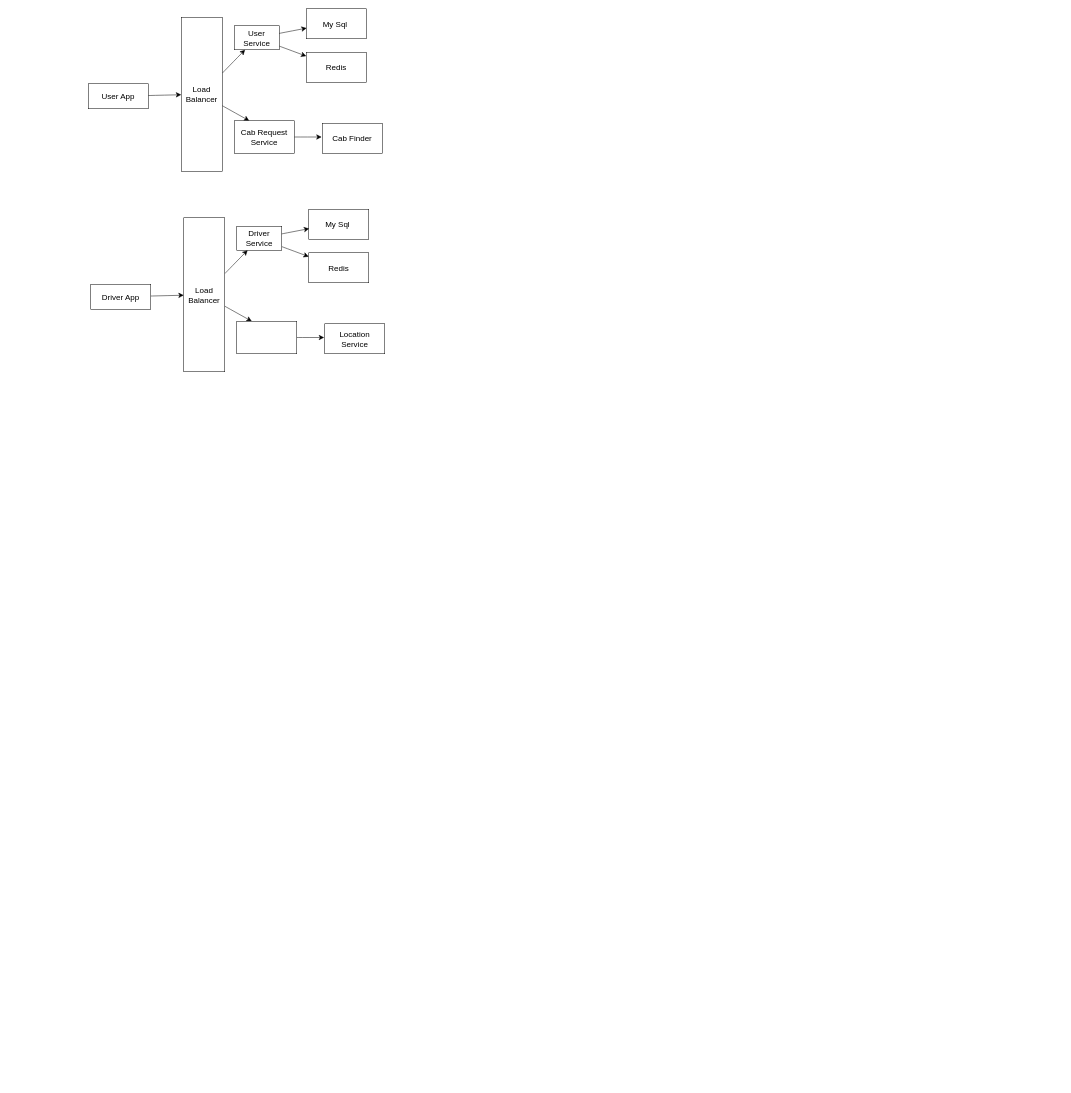
The draw.io diagram page "Uber CodeKarle Design" (4 of 4) of HLDDraw.io/YouTubeHLD.drawio in DMohanty99/HLD, before the edit. Source tidied: cells renumbered, new cells numbered last; positions are measured from the earlier drawing's top-left corner, leaving out a move shared by most shapes. Both pictures are drawn from the tidied source at 50%, with x=0, y=0 at pixel (88, 8).
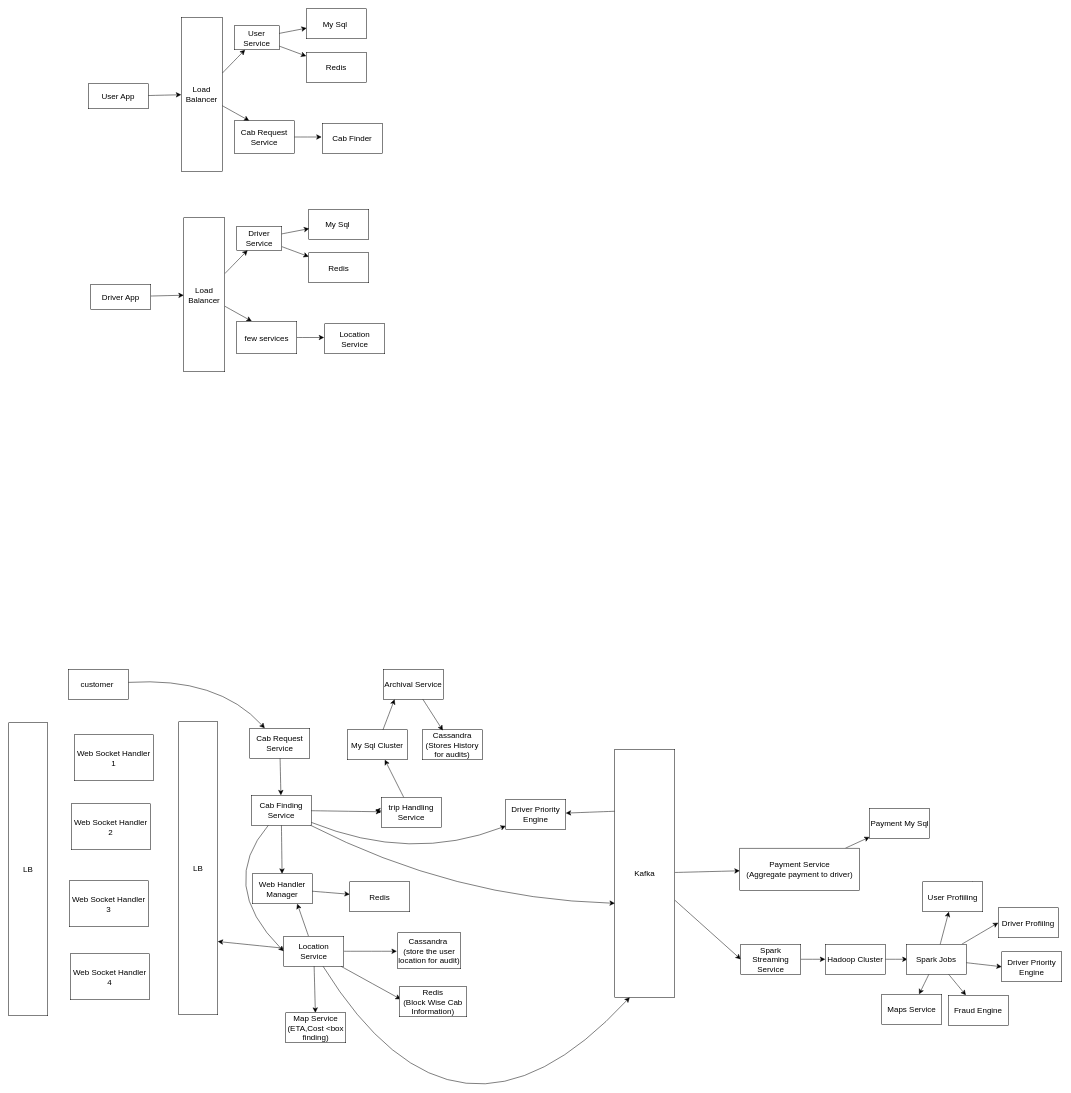
The same page after the edit.

Diff of the diagram source:
```diff
@@
-    <mxCell id="26" style="whiteSpace=wrap;html=1;fontSize=16;" parent="1" vertex="1">
+    <mxCell id="26" value="few services" style="whiteSpace=wrap;html=1;fontSize=16;" parent="1" vertex="1">
       <mxGeometry x="297" y="625" width="120" height="65" as="geometry" />
     </mxCell>
@@
+    <mxCell id="28" style="edgeStyle=none;curved=1;rounded=0;jettySize=auto;html=1;fontSize=12;startSize=8;endSize=8;" parent="1" edge="1" source="37">
+      <mxGeometry relative="1" as="geometry">
+        <mxPoint x="573.8" y="1603" as="targetPoint" />
+      </mxGeometry>
+    </mxCell>
+    <mxCell id="29" style="edgeStyle=none;curved=1;rounded=0;jettySize=auto;html=1;fontSize=12;startSize=8;endSize=8;" parent="1" edge="1" source="32" target="58">
+      <mxGeometry relative="1" as="geometry" />
+    </mxCell>
+    <mxCell id="30" style="edgeStyle=none;curved=1;rounded=0;jettySize=auto;html=1;entryX=0;entryY=0.5;entryDx=0;entryDy=0;fontSize=12;startSize=8;endSize=8;" parent="1" edge="1" source="32" target="49">
+      <mxGeometry relative="1" as="geometry">
+        <Array as="points">
+          <mxPoint x="258" y="1752" />
+        </Array>
+      </mxGeometry>
+    </mxCell>
+    <mxCell id="31" style="edgeStyle=none;curved=1;rounded=0;jettySize=auto;html=1;fontSize=12;startSize=8;endSize=8;" parent="1" edge="1" source="32" target="63">
+      <mxGeometry relative="1" as="geometry">
+        <Array as="points">
+          <mxPoint x="646" y="1708" />
+        </Array>
+      </mxGeometry>
+    </mxCell>
+    <mxCell id="32" value="Cab Finding Service" style="rounded=0;whiteSpace=wrap;html=1;fontSize=16;" parent="1" vertex="1">
+      <mxGeometry x="326" y="1573" width="120" height="60" as="geometry" />
+    </mxCell>
+    <mxCell id="33" style="edgeStyle=none;curved=1;rounded=0;jettySize=auto;html=1;fontSize=12;startSize=8;endSize=8;" parent="1" edge="1" source="34" target="32">
+      <mxGeometry relative="1" as="geometry" />
+    </mxCell>
+    <mxCell id="34" value="Cab Request Service" style="whiteSpace=wrap;html=1;fontSize=16;" parent="1" vertex="1">
+      <mxGeometry x="323" y="1439" width="120" height="60" as="geometry" />
+    </mxCell>
+    <mxCell id="35" style="edgeStyle=none;curved=1;rounded=0;jettySize=auto;html=1;fontSize=12;startSize=8;endSize=8;" parent="1" edge="1" source="32" target="37">
+      <mxGeometry relative="1" as="geometry" />
+    </mxCell>
+    <mxCell id="36" style="edgeStyle=none;curved=1;rounded=0;jettySize=auto;html=1;fontSize=12;startSize=8;endSize=8;" parent="1" edge="1" source="39">
+      <mxGeometry relative="1" as="geometry">
+        <mxPoint x="582.1" y="1501.2" as="targetPoint" />
+      </mxGeometry>
+    </mxCell>
+    <mxCell id="37" value="trip Handling Service" style="whiteSpace=wrap;html=1;fontSize=16;" parent="1" vertex="1">
+      <mxGeometry x="586" y="1577" width="120" height="60" as="geometry" />
+    </mxCell>
+    <mxCell id="38" style="edgeStyle=none;curved=1;rounded=0;jettySize=auto;html=1;fontSize=12;startSize=8;endSize=8;" parent="1" edge="1" source="37" target="39">
+      <mxGeometry relative="1" as="geometry" />
+    </mxCell>
+    <mxCell id="39" value="My Sql Cluster" style="rounded=0;whiteSpace=wrap;html=1;fontSize=16;" parent="1" vertex="1">
+      <mxGeometry x="518" y="1442" width="120" height="60" as="geometry" />
+    </mxCell>
+    <mxCell id="40" value="Cassandra&lt;br&gt;(Stores History for audits)" style="whiteSpace=wrap;html=1;fontSize=16;" parent="1" vertex="1">
+      <mxGeometry x="668" y="1442" width="120" height="60" as="geometry" />
+    </mxCell>
+    <mxCell id="41" value="Archival Service" style="rounded=0;whiteSpace=wrap;html=1;fontSize=16;" parent="1" vertex="1">
+      <mxGeometry x="590" y="1321" width="120" height="60" as="geometry" />
+    </mxCell>
+    <mxCell id="42" style="edgeStyle=none;curved=1;rounded=0;jettySize=auto;html=1;entryX=0.189;entryY=1.003;entryDx=0;entryDy=0;entryPerimeter=0;fontSize=12;startSize=8;endSize=8;" parent="1" edge="1" source="39" target="41">
+      <mxGeometry relative="1" as="geometry" />
+    </mxCell>
+    <mxCell id="43" style="edgeStyle=none;curved=1;rounded=0;jettySize=auto;html=1;entryX=0.343;entryY=0.025;entryDx=0;entryDy=0;entryPerimeter=0;fontSize=12;startSize=8;endSize=8;" parent="1" edge="1" source="41" target="40">
+      <mxGeometry relative="1" as="geometry" />
+    </mxCell>
+    <mxCell id="44" style="edgeStyle=none;curved=1;rounded=0;jettySize=auto;html=1;fontSize=12;startSize=8;endSize=8;" parent="1" edge="1" source="49">
+      <mxGeometry relative="1" as="geometry">
+        <mxPoint x="617.2" y="1885" as="targetPoint" />
+      </mxGeometry>
+    </mxCell>
+    <mxCell id="45" style="edgeStyle=none;curved=1;rounded=0;jettySize=auto;html=1;fontSize=12;startSize=8;endSize=8;" parent="1" edge="1" source="49">
+      <mxGeometry relative="1" as="geometry">
+        <mxPoint x="624.9" y="1981" as="targetPoint" />
+      </mxGeometry>
+    </mxCell>
+    <mxCell id="46" style="edgeStyle=none;curved=1;rounded=0;jettySize=auto;html=1;entryX=0.75;entryY=1;entryDx=0;entryDy=0;fontSize=12;startSize=8;endSize=8;" parent="1" edge="1" source="49" target="58">
+      <mxGeometry relative="1" as="geometry" />
+    </mxCell>
+    <mxCell id="47" style="edgeStyle=none;curved=1;rounded=0;jettySize=auto;html=1;entryX=1;entryY=0.75;entryDx=0;entryDy=0;fontSize=12;startSize=8;endSize=8;" parent="1" edge="1" source="49" target="50">
+      <mxGeometry relative="1" as="geometry" />
+    </mxCell>
+    <mxCell id="48" style="edgeStyle=none;curved=1;rounded=0;jettySize=auto;html=1;entryX=0.25;entryY=1;entryDx=0;entryDy=0;fontSize=12;startSize=8;endSize=8;" parent="1" edge="1" source="49" target="67">
+      <mxGeometry relative="1" as="geometry">
+        <Array as="points">
+          <mxPoint x="738" y="2349" />
+        </Array>
+      </mxGeometry>
+    </mxCell>
+    <mxCell id="49" value="Location Service" style="rounded=0;whiteSpace=wrap;html=1;fontSize=16;" parent="1" vertex="1">
+      <mxGeometry x="391" y="1855" width="120" height="60" as="geometry" />
+    </mxCell>
+    <mxCell id="50" value="LB" style="rounded=0;whiteSpace=wrap;html=1;fontSize=16;" parent="1" vertex="1">
+      <mxGeometry x="181" y="1426" width="78" height="586" as="geometry" />
+    </mxCell>
+    <mxCell id="51" value="LB" style="rounded=0;whiteSpace=wrap;html=1;fontSize=16;" parent="1" vertex="1">
+      <mxGeometry x="-159" y="1428" width="78" height="586" as="geometry" />
+    </mxCell>
+    <mxCell id="52" value="Web Socket Handler 1" style="rounded=0;whiteSpace=wrap;html=1;fontSize=16;" parent="1" vertex="1">
+      <mxGeometry x="-28" y="1452" width="158" height="92" as="geometry" />
+    </mxCell>
+    <mxCell id="53" value="Web Socket Handler 2" style="rounded=0;whiteSpace=wrap;html=1;fontSize=16;" parent="1" vertex="1">
+      <mxGeometry x="-34" y="1590" width="158" height="92" as="geometry" />
+    </mxCell>
+    <mxCell id="54" value="Web Socket Handler 3" style="rounded=0;whiteSpace=wrap;html=1;fontSize=16;" parent="1" vertex="1">
+      <mxGeometry x="-38" y="1744" width="158" height="92" as="geometry" />
+    </mxCell>
+    <mxCell id="55" value="Web Socket Handler 4" style="rounded=0;whiteSpace=wrap;html=1;fontSize=16;" parent="1" vertex="1">
+      <mxGeometry x="-36" y="1890" width="158" height="92" as="geometry" />
+    </mxCell>
+    <mxCell id="56" style="edgeStyle=none;curved=1;rounded=0;jettySize=auto;html=1;fontSize=12;startSize=8;endSize=8;" parent="1" edge="1" source="49" target="57">
+      <mxGeometry relative="1" as="geometry" />
+    </mxCell>
+    <mxCell id="57" value="Map Service&lt;br&gt;(ETA,Cost &amp;lt;box finding)" style="whiteSpace=wrap;html=1;fontSize=16;" parent="1" vertex="1">
+      <mxGeometry x="395" y="2008" width="120" height="60" as="geometry" />
+    </mxCell>
+    <mxCell id="58" value="Web Handler Manager" style="whiteSpace=wrap;html=1;fontSize=16;" parent="1" vertex="1">
+      <mxGeometry x="328" y="1730" width="120" height="60" as="geometry" />
+    </mxCell>
+    <mxCell id="59" style="edgeStyle=none;curved=1;rounded=0;jettySize=auto;html=1;fontSize=12;startSize=8;endSize=8;" parent="1" edge="1" source="58" target="60">
+      <mxGeometry relative="1" as="geometry" />
+    </mxCell>
+    <mxCell id="60" value="Redis" style="whiteSpace=wrap;html=1;fontSize=16;" parent="1" vertex="1">
+      <mxGeometry x="523" y="1746" width="120" height="60" as="geometry" />
+    </mxCell>
+    <mxCell id="61" value="Cassandra&amp;nbsp;&lt;br&gt;(store the user location for audit)" style="rounded=0;whiteSpace=wrap;html=1;fontSize=16;" parent="1" vertex="1">
+      <mxGeometry x="619" y="1848" width="126" height="72" as="geometry" />
+    </mxCell>
+    <mxCell id="62" value="Redis&lt;br&gt;(Block Wise Cab Information)" style="whiteSpace=wrap;html=1;fontSize=16;" parent="1" vertex="1">
+      <mxGeometry x="622" y="1956" width="135" height="60" as="geometry" />
+    </mxCell>
+    <mxCell id="63" value="Driver Priority Engine" style="rounded=0;whiteSpace=wrap;html=1;fontSize=16;" parent="1" vertex="1">
+      <mxGeometry x="835" y="1581" width="120" height="60" as="geometry" />
+    </mxCell>
+    <mxCell id="64" style="edgeStyle=none;curved=1;rounded=0;jettySize=auto;html=1;fontSize=12;startSize=8;endSize=8;exitX=0;exitY=0.25;exitDx=0;exitDy=0;" parent="1" edge="1" source="67" target="63">
+      <mxGeometry relative="1" as="geometry" />
+    </mxCell>
+    <mxCell id="65" style="edgeStyle=none;curved=1;rounded=0;jettySize=auto;html=1;fontSize=12;startSize=8;endSize=8;" parent="1" edge="1" source="67" target="72">
+      <mxGeometry relative="1" as="geometry" />
+    </mxCell>
+    <mxCell id="66" style="edgeStyle=none;curved=1;rounded=0;jettySize=auto;html=1;entryX=0;entryY=0.5;entryDx=0;entryDy=0;fontSize=12;startSize=8;endSize=8;" parent="1" edge="1" source="67" target="74">
+      <mxGeometry relative="1" as="geometry" />
+    </mxCell>
+    <mxCell id="67" value="Kafka" style="rounded=0;whiteSpace=wrap;html=1;fontSize=16;" parent="1" vertex="1">
+      <mxGeometry x="1053" y="1481" width="120" height="496" as="geometry" />
+    </mxCell>
+    <mxCell id="68" style="edgeStyle=none;curved=1;rounded=0;jettySize=auto;html=1;entryX=0.002;entryY=0.621;entryDx=0;entryDy=0;entryPerimeter=0;fontSize=12;startSize=8;endSize=8;" parent="1" edge="1" source="32" target="67">
+      <mxGeometry relative="1" as="geometry">
+        <Array as="points">
+          <mxPoint x="731" y="1780" />
+        </Array>
+      </mxGeometry>
+    </mxCell>
+    <mxCell id="69" style="edgeStyle=none;curved=1;rounded=0;jettySize=auto;html=1;entryX=0.25;entryY=0;entryDx=0;entryDy=0;fontSize=12;startSize=8;endSize=8;" parent="1" edge="1" source="70" target="34">
+      <mxGeometry relative="1" as="geometry">
+        <Array as="points">
+          <mxPoint x="260" y="1336" />
+        </Array>
+      </mxGeometry>
+    </mxCell>
+    <mxCell id="70" value="customer&amp;nbsp;" style="rounded=0;whiteSpace=wrap;html=1;fontSize=16;" parent="1" vertex="1">
+      <mxGeometry x="-40" y="1321" width="120" height="60" as="geometry" />
+    </mxCell>
+    <mxCell id="71" style="edgeStyle=none;curved=1;rounded=0;jettySize=auto;html=1;fontSize=12;startSize=8;endSize=8;" parent="1" edge="1" source="72" target="89">
+      <mxGeometry relative="1" as="geometry" />
+    </mxCell>
+    <mxCell id="72" value="Payment Service&lt;br&gt;(Aggregate payment to driver)" style="rounded=0;whiteSpace=wrap;html=1;fontSize=16;" parent="1" vertex="1">
+      <mxGeometry x="1303" y="1678.9" width="239.5" height="84.2" as="geometry" />
+    </mxCell>
+    <mxCell id="73" style="edgeStyle=none;curved=1;rounded=0;jettySize=auto;html=1;fontSize=12;startSize=8;endSize=8;" parent="1" edge="1" source="74" target="76">
+      <mxGeometry relative="1" as="geometry" />
+    </mxCell>
+    <mxCell id="74" value="Spark Streaming Service" style="whiteSpace=wrap;html=1;fontSize=16;" parent="1" vertex="1">
+      <mxGeometry x="1305" y="1871" width="120" height="60" as="geometry" />
+    </mxCell>
+    <mxCell id="75" style="edgeStyle=none;curved=1;rounded=0;jettySize=auto;html=1;fontSize=12;startSize=8;endSize=8;" parent="1" edge="1" source="76">
+      <mxGeometry relative="1" as="geometry">
+        <mxPoint x="1638.7" y="1901" as="targetPoint" />
+      </mxGeometry>
+    </mxCell>
+    <mxCell id="76" value="Hadoop Cluster" style="whiteSpace=wrap;html=1;fontSize=16;" parent="1" vertex="1">
+      <mxGeometry x="1474" y="1871" width="120" height="60" as="geometry" />
+    </mxCell>
+    <mxCell id="77" style="edgeStyle=none;curved=1;rounded=0;orthogonalLoop=1;jettySize=auto;html=1;exitX=0.5;exitY=1;exitDx=0;exitDy=0;fontSize=12;startSize=8;endSize=8;" parent="1" edge="1" source="76" target="76">
+      <mxGeometry relative="1" as="geometry" />
+    </mxCell>
+    <mxCell id="78" style="edgeStyle=none;curved=1;rounded=0;jettySize=auto;html=1;fontSize=12;startSize=8;endSize=8;" parent="1" edge="1" source="85">
+      <mxGeometry relative="1" as="geometry">
+        <mxPoint x="1734.7" y="1771.7" as="targetPoint" />
+      </mxGeometry>
+    </mxCell>
+    <mxCell id="79" style="edgeStyle=none;curved=1;rounded=0;jettySize=auto;html=1;entryX=0;entryY=0.5;entryDx=0;entryDy=0;fontSize=12;startSize=8;endSize=8;" parent="1" edge="1" source="83" target="86">
+      <mxGeometry relative="1" as="geometry" />
+    </mxCell>
+    <mxCell id="80" style="edgeStyle=none;curved=1;rounded=0;jettySize=auto;html=1;entryX=0;entryY=0.5;entryDx=0;entryDy=0;fontSize=12;startSize=8;endSize=8;" parent="1" edge="1" source="83" target="87">
+      <mxGeometry relative="1" as="geometry" />
+    </mxCell>
+    <mxCell id="81" style="edgeStyle=none;curved=1;rounded=0;jettySize=auto;html=1;fontSize=12;startSize=8;endSize=8;" parent="1" edge="1" source="83" target="88">
+      <mxGeometry relative="1" as="geometry" />
+    </mxCell>
+    <mxCell id="82" style="edgeStyle=none;curved=1;rounded=0;jettySize=auto;html=1;fontSize=12;startSize=8;endSize=8;" parent="1" edge="1" source="83" target="90">
+      <mxGeometry relative="1" as="geometry" />
+    </mxCell>
+    <mxCell id="83" value="Spark Jobs" style="whiteSpace=wrap;html=1;fontSize=16;" parent="1" vertex="1">
+      <mxGeometry x="1636" y="1871" width="120" height="60" as="geometry" />
+    </mxCell>
+    <mxCell id="84" style="edgeStyle=none;curved=1;rounded=0;jettySize=auto;html=1;fontSize=12;startSize=8;endSize=8;" parent="1" edge="1" source="83" target="85">
+      <mxGeometry relative="1" as="geometry" />
+    </mxCell>
+    <mxCell id="85" value="User Profiiling" style="rounded=0;whiteSpace=wrap;html=1;fontSize=16;" parent="1" vertex="1">
+      <mxGeometry x="1669" y="1746" width="120" height="60" as="geometry" />
+    </mxCell>
+    <mxCell id="86" value="Driver Profiilng" style="rounded=0;whiteSpace=wrap;html=1;fontSize=16;" parent="1" vertex="1">
+      <mxGeometry x="1820" y="1798" width="120" height="60" as="geometry" />
+    </mxCell>
+    <mxCell id="87" value="Driver Priority&lt;br&gt;Engine" style="whiteSpace=wrap;html=1;fontSize=16;" parent="1" vertex="1">
+      <mxGeometry x="1827" y="1886" width="120" height="60" as="geometry" />
+    </mxCell>
+    <mxCell id="88" value="Fraud Engine" style="whiteSpace=wrap;html=1;fontSize=16;" parent="1" vertex="1">
+      <mxGeometry x="1720" y="1973" width="120" height="60" as="geometry" />
+    </mxCell>
+    <mxCell id="89" value="Payment My Sql" style="rounded=0;whiteSpace=wrap;html=1;fontSize=16;" parent="1" vertex="1">
+      <mxGeometry x="1562.7" y="1599" width="120" height="60" as="geometry" />
+    </mxCell>
+    <mxCell id="90" value="Maps Service" style="rounded=0;whiteSpace=wrap;html=1;fontSize=16;" parent="1" vertex="1">
+      <mxGeometry x="1587" y="1971" width="120" height="60" as="geometry" />
+    </mxCell>
```
